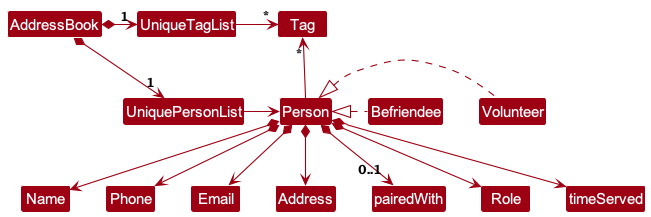
The PlantUML diagram docs/images/BetterModelClassDiagram.png in soons1/tp, before a commit.
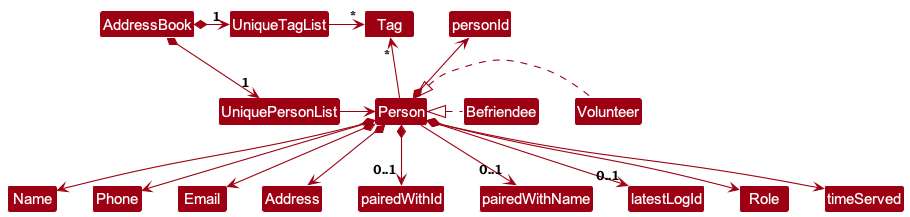
After the change.

Commit message:
Update class diagrams in DG and edit UC02

What changed in the source:
```diff
@@ -12,16 +12,21 @@
 UniqueTagList -right-> "*" Tag
 UniquePersonList -right-> Person
 
+Person *-up-> personId
 Person -up-> "*" Tag
+personId -[hidden]left--> Tag
 
 Volunteer .left.|> Person
 Befriendee .left.|> Person
+
 
 Person *--> Name
 Person *--> Phone
 Person *--> Email
 Person *--> Address
-Person *--> "0..1" pairedWith
+Person *--> "0..1" pairedWithId
+Person --> "0..1" pairedWithName
+Person *--> "0..1" latestLogId
 Person *--> Role
 Person *--> timeServed
 @enduml
```
